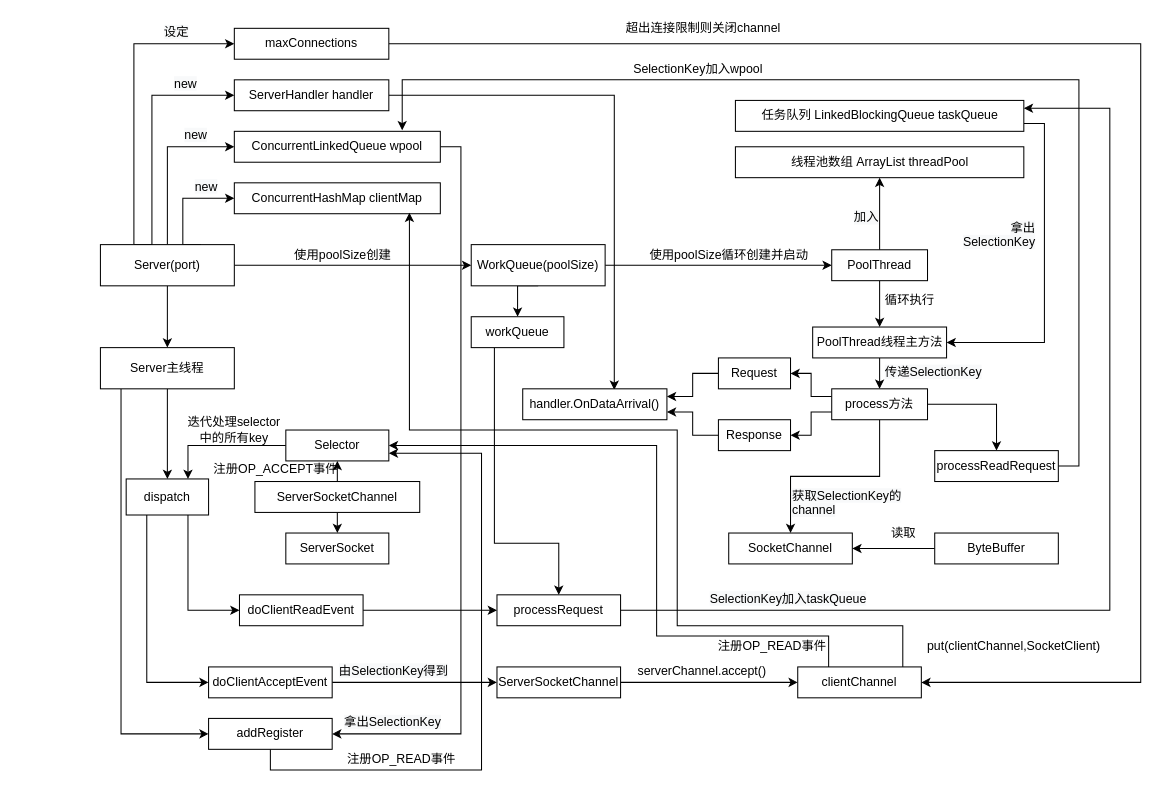
The draw.io diagram src/main/java/wilburhsu/Interview/cjas server架构.drawio in wilburhsu/Algorithms, before the edit. Source tidied: cells renumbered, new cells numbered last; positions are measured from the earlier drawing's top-left corner, leaving out a move shared by most shapes. Both pictures are drawn from the tidied source at 103%, with x=0, y=0 at pixel (100, 18).
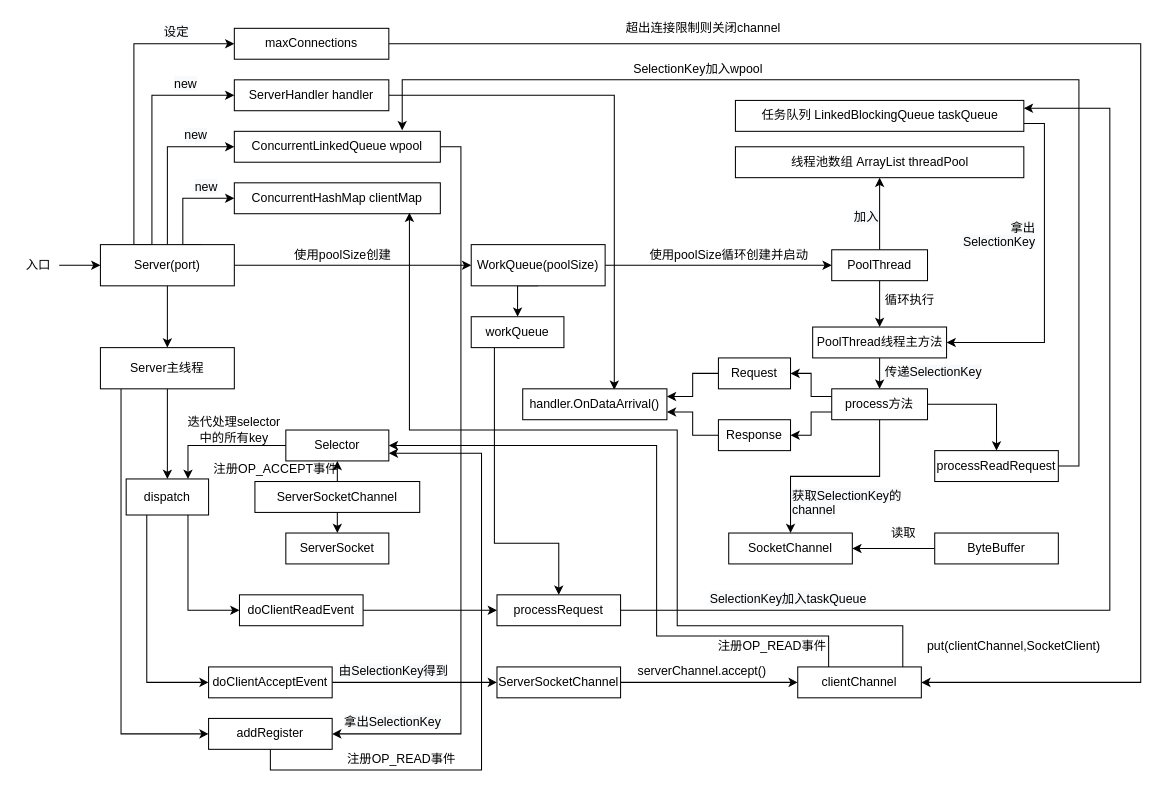
Above is the later version.

Commit message (it also covers changes not shown here):
as架构图更新

Unchanged cells that the change refers to:
```xml
<mxCell id="8" value="Server(port)" style="rounded=0;whiteSpace=wrap;html=1;fontFamily=Microsoft Yahei Mono;" parent="1" vertex="1">
  <mxGeometry y="220" width="130" height="40" as="geometry" />
</mxCell>
```

Diff of the diagram source:
```diff
@@
+    <mxCell id="93" style="edgeStyle=orthogonalEdgeStyle;rounded=0;jettySize=auto;html=1;exitX=1;exitY=0.5;exitDx=0;exitDy=0;entryX=0;entryY=0.5;entryDx=0;entryDy=0;" parent="1" edge="1" source="94" target="8">
+      <mxGeometry relative="1" as="geometry" />
+    </mxCell>
+    <mxCell id="94" value="入口" style="text;html=1;strokeColor=none;fillColor=none;align=center;verticalAlign=middle;whiteSpace=wrap;rounded=0;" parent="1" vertex="1">
+      <mxGeometry x="-80" y="230" width="40" height="20" as="geometry" />
+    </mxCell>
```
